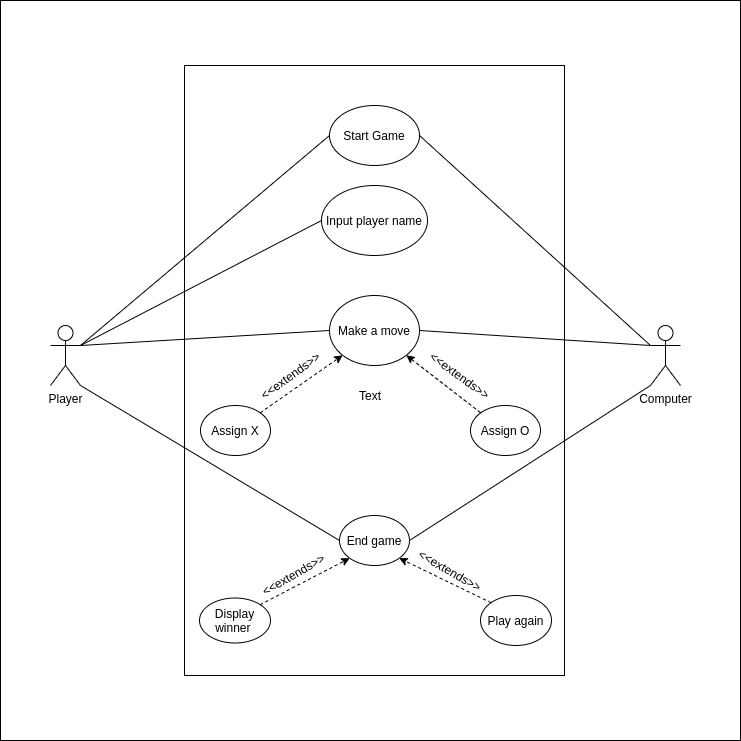
Earlier version of the draw.io export Use_Case_Diagram.png (VishalJohnVarghese1996/Tic-Tac-Toe-Game). Source tidied: cells renumbered, new cells last; positions are measured from the earlier drawing's top-left corner, leaving out a move shared by most shapes.
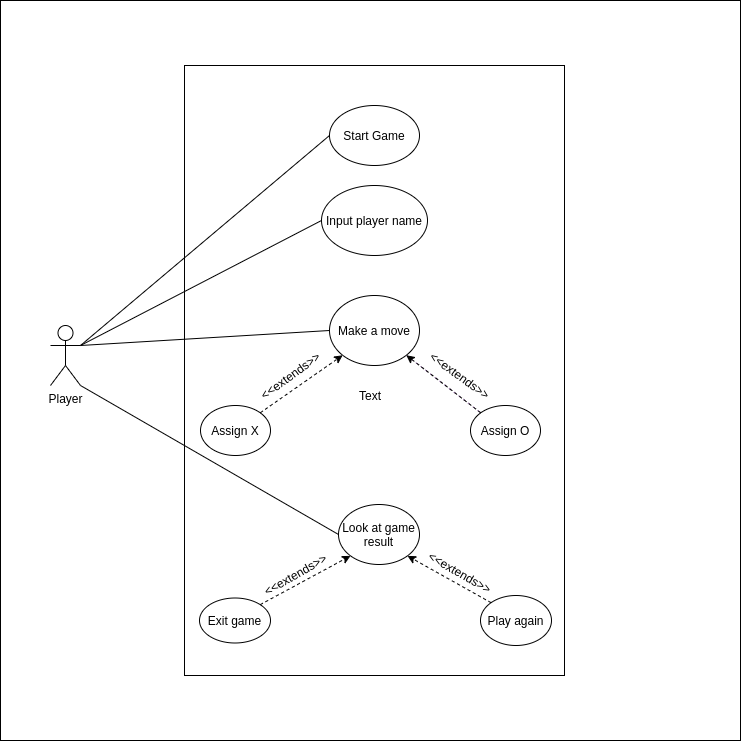
The same diagram one commit later.

Commit message:
Use case diagram modified

What changed in the source:
```diff
@@ -11,9 +11,6 @@
     <mxCell id="4" style="endArrow=none;dashed=1;html=1;entryX=0;entryY=0;entryDx=0;entryDy=0;exitX=1;exitY=1;exitDx=0;exitDy=0;rounded=1;fillColor=#e1d5e7;strokeColor=#9673a6;sketch=0;snapToPoint=0;targetPerimeterSpacing=10;" parent="1" edge="1" source="27" target="17">
       <mxGeometry relative="1" as="geometry" />
     </mxCell>
-    <mxCell id="5" style="endArrow=none;html=1;entryX=0;entryY=1;entryDx=0;entryDy=0;entryPerimeter=0;exitX=1;exitY=0.5;exitDx=0;exitDy=0;" parent="1" edge="1" source="21" target="11">
-      <mxGeometry relative="1" as="geometry" />
-    </mxCell>
     <mxCell id="6" value="Text" style="text;html=1;strokeColor=none;fillColor=none;align=center;verticalAlign=middle;whiteSpace=wrap;rounded=0;" parent="1" vertex="1">
       <mxGeometry x="350" y="385" width="40" height="20" as="geometry" />
     </mxCell>
@@ -31,21 +28,12 @@
     <mxCell id="10" value="Player" style="shape=umlActor;verticalLabelPosition=bottom;verticalAlign=top;html=1;outlineConnect=0;" parent="1" vertex="1">
       <mxGeometry x="50" y="325" width="30" height="60" as="geometry" />
     </mxCell>
-    <mxCell id="11" value="Computer" style="shape=umlActor;verticalLabelPosition=bottom;verticalAlign=top;html=1;outlineConnect=0;" parent="1" vertex="1">
-      <mxGeometry x="650" y="325" width="30" height="60" as="geometry" />
-    </mxCell>
-    <mxCell id="12" style="endArrow=none;html=1;entryX=1;entryY=0.5;entryDx=0;entryDy=0;exitX=0;exitY=0.3333333333333333;exitDx=0;exitDy=0;exitPerimeter=0;" parent="1" edge="1" source="11" target="27">
-      <mxGeometry relative="1" as="geometry" />
-    </mxCell>
     <mxCell id="13" style="endArrow=none;html=1;entryX=0;entryY=0.5;entryDx=0;entryDy=0;exitX=1;exitY=0.3333333333333333;exitDx=0;exitDy=0;exitPerimeter=0;" parent="1" edge="1" source="10" target="27">
       <mxGeometry relative="1" as="geometry" />
     </mxCell>
     <mxCell id="14" style="endArrow=none;html=1;entryX=0;entryY=0.5;entryDx=0;entryDy=0;exitX=1;exitY=0.3333333333333333;exitDx=0;exitDy=0;exitPerimeter=0;" parent="1" edge="1" source="10" target="8">
       <mxGeometry relative="1" as="geometry" />
     </mxCell>
-    <mxCell id="15" style="endArrow=none;html=1;entryX=1;entryY=0.5;entryDx=0;entryDy=0;exitX=0;exitY=0.3333333333333333;exitDx=0;exitDy=0;exitPerimeter=0;" parent="1" edge="1" source="11" target="7">
-      <mxGeometry relative="1" as="geometry" />
-    </mxCell>
     <mxCell id="16" value="Assign X" style="ellipse;whiteSpace=wrap;html=1;" parent="1" vertex="1">
       <mxGeometry x="200" y="405" width="70" height="50" as="geometry" />
     </mxCell>
@@ -61,23 +49,23 @@
     <mxCell id="20" value="&amp;lt;&amp;lt;extends&amp;gt;&amp;gt;" style="text;html=1;strokeColor=none;fillColor=none;align=center;verticalAlign=middle;whiteSpace=wrap;rounded=0;rotation=36;" parent="1" vertex="1">
       <mxGeometry x="440" y="365" width="40" height="20" as="geometry" />
     </mxCell>
-    <mxCell id="21" value="End game" style="ellipse;whiteSpace=wrap;html=1;" parent="1" vertex="1">
-      <mxGeometry x="339" y="515" width="70" height="50" as="geometry" />
+    <mxCell id="21" value="Look at game result" style="ellipse;whiteSpace=wrap;html=1;" parent="1" vertex="1">
+      <mxGeometry x="338" y="504" width="81" height="60" as="geometry" />
     </mxCell>
     <mxCell id="22" style="endArrow=none;html=1;entryX=0;entryY=0.5;entryDx=0;entryDy=0;exitX=1;exitY=1;exitDx=0;exitDy=0;exitPerimeter=0;" parent="1" edge="1" source="10" target="21">
       <mxGeometry relative="1" as="geometry" />
     </mxCell>
-    <mxCell id="23" value="Display winner&amp;nbsp;" style="ellipse;whiteSpace=wrap;html=1;" parent="1" vertex="1">
+    <mxCell id="23" value="Exit game" style="ellipse;whiteSpace=wrap;html=1;" parent="1" vertex="1">
       <mxGeometry x="199" y="597.5" width="71" height="45" as="geometry" />
     </mxCell>
     <mxCell id="24" value="Play again" style="ellipse;whiteSpace=wrap;html=1;" parent="1" vertex="1">
       <mxGeometry x="480" y="595" width="71" height="50" as="geometry" />
     </mxCell>
     <mxCell id="25" value="&amp;lt;&amp;lt;extends&amp;gt;&amp;gt;" style="text;html=1;strokeColor=none;fillColor=none;align=center;verticalAlign=middle;whiteSpace=wrap;rounded=0;rotation=-30;" parent="1" vertex="1">
-      <mxGeometry x="273" y="564" width="40" height="20" as="geometry" />
+      <mxGeometry x="275" y="564" width="40" height="20" as="geometry" />
     </mxCell>
     <mxCell id="26" value="&amp;lt;&amp;lt;extends&amp;gt;&amp;gt;" style="text;html=1;strokeColor=none;fillColor=none;align=center;verticalAlign=middle;whiteSpace=wrap;rounded=0;rotation=30;" parent="1" vertex="1">
-      <mxGeometry x="430" y="560" width="40" height="20" as="geometry" />
+      <mxGeometry x="440" y="562" width="40" height="20" as="geometry" />
     </mxCell>
     <mxCell id="27" value="Make a move" style="ellipse;whiteSpace=wrap;html=1;" parent="1" vertex="1">
       <mxGeometry x="329" y="295" width="90" height="70" as="geometry" />
```
